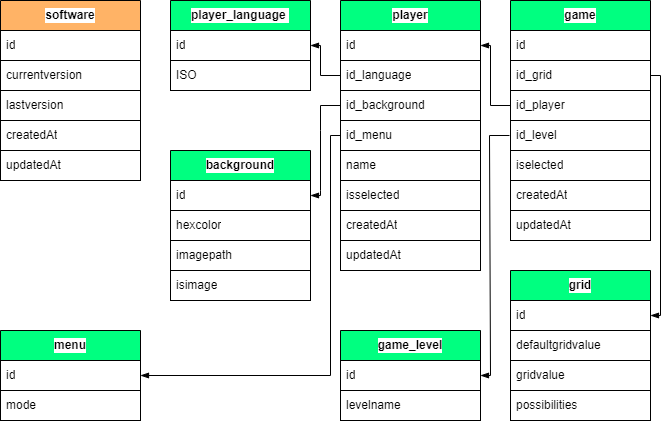
This is .myresources/design_and_modeling/merise/MPD.drawio.png from Lob2018/SudoFX2024, a draw.io export, as it was before one commit. Source tidied: cells renumbered, new cells last; positions are measured from the earlier drawing's top-left corner, leaving out a move shared by most shapes.
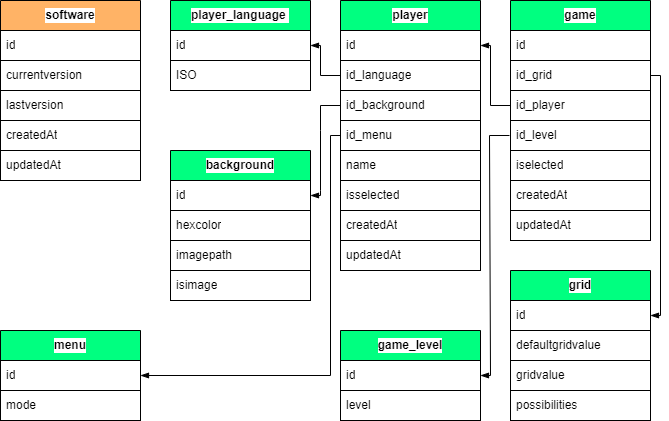
Above is the later version.

Commit message:
Refactor GameLevel Menu : Specifies fields : GameLevel : renames levelname to level and moves type from VARCHAR to TINYINT Menu : moves mode type from INTEGER to TINYINT

The edit, as a diff of the source:
```diff
@@ -150,7 +150,7 @@
     <mxCell id="43" value="id" style="text;strokeColor=#000000;fillColor=#FFFFFF;align=left;verticalAlign=middle;spacingLeft=4;spacingRight=4;overflow=hidden;points=[[0,0.5],[1,0.5]];portConstraint=eastwest;whiteSpace=wrap;html=1;fontColor=#000000;labelBorderColor=none;swimlaneFillColor=none;gradientColor=none;labelBackgroundColor=#FFFFFF;" parent="42" vertex="1">
       <mxGeometry y="30" width="140" height="30" as="geometry" />
     </mxCell>
-    <mxCell id="44" value="levelname" style="text;strokeColor=#000000;fillColor=#FFFFFF;align=left;verticalAlign=middle;spacingLeft=4;spacingRight=4;overflow=hidden;whiteSpace=wrap;html=1;fontColor=#000000;labelBorderColor=none;swimlaneFillColor=none;gradientColor=none;labelBackgroundColor=#FFFFFF;" parent="42" vertex="1">
+    <mxCell id="44" value="level" style="text;strokeColor=#000000;fillColor=#FFFFFF;align=left;verticalAlign=middle;spacingLeft=4;spacingRight=4;overflow=hidden;whiteSpace=wrap;html=1;fontColor=#000000;labelBorderColor=none;swimlaneFillColor=none;gradientColor=none;labelBackgroundColor=#FFFFFF;" parent="42" vertex="1">
       <mxGeometry y="60" width="140" height="30" as="geometry" />
     </mxCell>
     <mxCell id="45" style="edgeStyle=none;html=1;strokeColor=#000000;endArrow=blockThin;endFill=1;entryX=1;entryY=0.5;entryDx=0;entryDy=0;rounded=0;exitX=0;exitY=0.5;exitDx=0;exitDy=0;" parent="1" edge="1" target="43">
```
